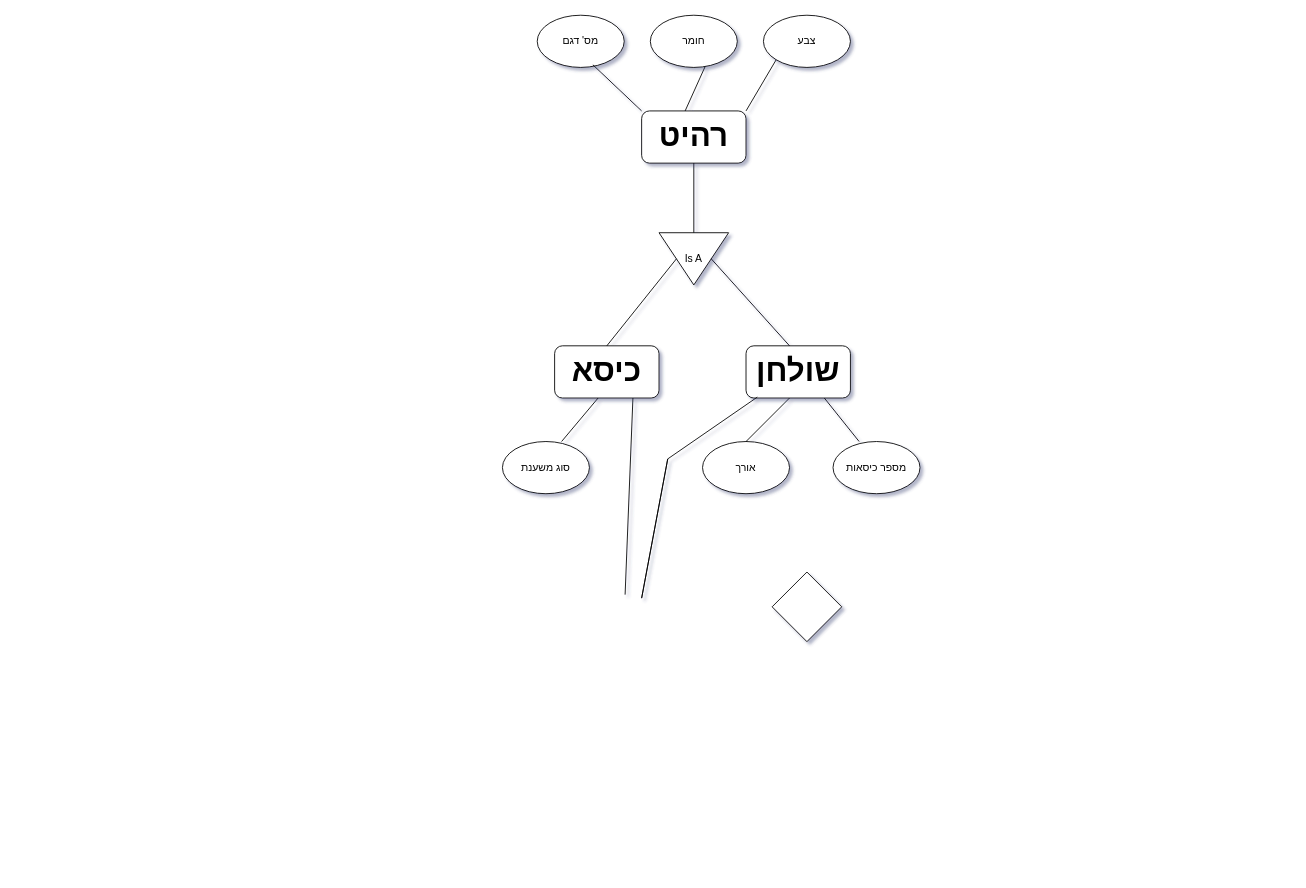
Above: Untitled Diagram.drawio in DanielPodolsky/Database-Systems- (draw.io), before the change. Source tidied: cells renumbered, new cells numbered last; positions are measured from the earlier drawing's top-left corner, leaving out a move shared by most shapes. Both pictures are drawn from the tidied source at 87%, with x=0, y=0 at pixel (502, 15).
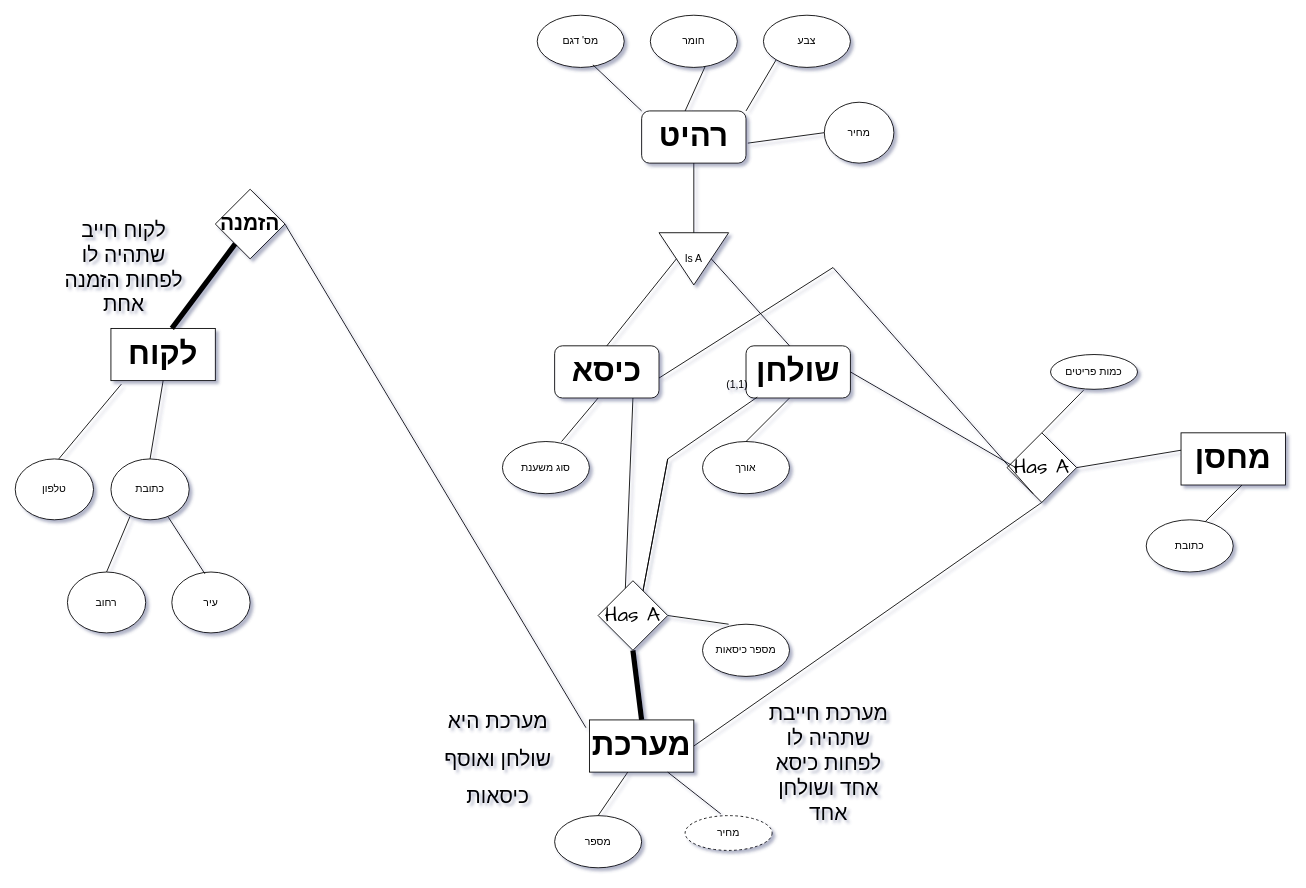
The same page after the edit.

Unchanged cells that the change refers to:
```xml
<mxCell id="3" value="&lt;h1&gt;&lt;font face=&quot;Comic Sans MS&quot; style=&quot;font-size: 36px;&quot;&gt;רהיט&lt;/font&gt;&lt;/h1&gt;" style="rounded=1;whiteSpace=wrap;html=1;" parent="1" vertex="1">
  <mxGeometry x="160" y="110" width="120" height="60" as="geometry" />
</mxCell>
<mxCell id="11" value="&lt;b&gt;&lt;font face=&quot;Comic Sans MS&quot; style=&quot;font-size: 36px;&quot;&gt;כיסא&lt;/font&gt;&lt;/b&gt;" style="rounded=1;whiteSpace=wrap;html=1;" parent="1" vertex="1">
  <mxGeometry x="60" y="380" width="120" height="60" as="geometry" />
</mxCell>
<mxCell id="12" value="&lt;font face=&quot;Comic Sans MS&quot; style=&quot;font-size: 36px;&quot;&gt;&lt;b&gt;שולחן&lt;/b&gt;&lt;/font&gt;" style="rounded=1;whiteSpace=wrap;html=1;" parent="1" vertex="1">
  <mxGeometry x="280" y="380" width="120" height="60" as="geometry" />
</mxCell>
```

Diff of the diagram source:
```diff
@@
     <mxCell id="18" value="מספר כיסאות" style="ellipse;whiteSpace=wrap;html=1;" parent="1" vertex="1">
-      <mxGeometry x="380" y="490" width="100" height="60" as="geometry" />
+      <mxGeometry x="230" y="700" width="100" height="60" as="geometry" />
     </mxCell>
@@
-    <mxCell id="20" style="endArrow=none;html=1;rounded=0;entryX=0.75;entryY=1;entryDx=0;entryDy=0;exitX=0.3;exitY=0;exitDx=0;exitDy=0;exitPerimeter=0;" parent="1" edge="1" source="18" target="12">
+    <mxCell id="20" style="endArrow=none;html=1;rounded=0;entryX=1;entryY=0.5;entryDx=0;entryDy=0;exitX=0.3;exitY=0;exitDx=0;exitDy=0;exitPerimeter=0;" parent="1" edge="1" source="18" target="23">
       <mxGeometry relative="1" as="geometry" />
     </mxCell>
@@
-    <mxCell id="23" style="rhombus;whiteSpace=wrap;html=1;" parent="1" vertex="1">
-      <mxGeometry x="310" y="640" width="80" height="80" as="geometry" />
+    <mxCell id="23" value="&lt;font style=&quot;font-size: 24px;&quot; face=&quot;Comic Sans MS&quot;&gt;&lt;font&gt;Has A&lt;/font&gt;&lt;br&gt;&lt;/font&gt;" style="rhombus;whiteSpace=wrap;html=1;" parent="1" vertex="1">
+      <mxGeometry x="110" y="650" width="80" height="80" as="geometry" />
     </mxCell>
+    <mxCell id="24" style="endArrow=none;html=1;rounded=0;entryX=0.5;entryY=1;entryDx=0;entryDy=0;strokeWidth=6;" parent="1" edge="1" target="23">
+      <mxGeometry relative="1" as="geometry">
+        <mxPoint x="160" y="810" as="sourcePoint" />
+      </mxGeometry>
+    </mxCell>
+    <mxCell id="25" value="&lt;b&gt;&lt;font face=&quot;Comic Sans MS&quot; style=&quot;font-size: 36px;&quot;&gt;מערכת&lt;/font&gt;&lt;/b&gt;" style="rounded=0;whiteSpace=wrap;html=1;" parent="1" vertex="1">
+      <mxGeometry x="100" y="810" width="120" height="60" as="geometry" />
+    </mxCell>
+    <mxCell id="26" value="מספר" style="ellipse;whiteSpace=wrap;html=1;" parent="1" vertex="1">
+      <mxGeometry x="60" y="920" width="100" height="60" as="geometry" />
+    </mxCell>
+    <mxCell id="27" style="endArrow=none;html=1;rounded=0;entryX=0.367;entryY=1;entryDx=0;entryDy=0;entryPerimeter=0;exitX=0.5;exitY=0;exitDx=0;exitDy=0;" parent="1" edge="1" source="26" target="25">
+      <mxGeometry relative="1" as="geometry" />
+    </mxCell>
+    <mxCell id="28" style="endArrow=none;html=1;rounded=0;entryX=0.75;entryY=1;entryDx=0;entryDy=0;exitX=0.41;exitY=-0.033;exitDx=0;exitDy=0;exitPerimeter=0;" parent="1" edge="1" target="25">
+      <mxGeometry relative="1" as="geometry">
+        <mxPoint x="251" y="918" as="sourcePoint" />
+      </mxGeometry>
+    </mxCell>
+    <mxCell id="29" value="&lt;font style=&quot;font-size: 36px;&quot; face=&quot;Comic Sans MS&quot;&gt;&lt;b&gt;לקוח&lt;/b&gt;&lt;/font&gt;" style="rounded=0;whiteSpace=wrap;html=1;" parent="1" vertex="1">
+      <mxGeometry x="-450" y="360" width="120" height="60" as="geometry" />
+    </mxCell>
+    <mxCell id="30" value="טלפון" style="ellipse;whiteSpace=wrap;html=1;" parent="1" vertex="1">
+      <mxGeometry x="-560" y="510" width="90" height="70" as="geometry" />
+    </mxCell>
+    <mxCell id="31" value="כתובת" style="ellipse;whiteSpace=wrap;html=1;" parent="1" vertex="1">
+      <mxGeometry x="-450" y="510" width="90" height="70" as="geometry" />
+    </mxCell>
+    <mxCell id="32" value="רחוב" style="ellipse;whiteSpace=wrap;html=1;" parent="1" vertex="1">
+      <mxGeometry x="-500" y="640" width="90" height="70" as="geometry" />
+    </mxCell>
+    <mxCell id="33" value="עיר" style="ellipse;whiteSpace=wrap;html=1;" parent="1" vertex="1">
+      <mxGeometry x="-380" y="640" width="90" height="70" as="geometry" />
+    </mxCell>
+    <mxCell id="34" style="endArrow=none;html=1;rounded=0;entryX=0.244;entryY=0.943;entryDx=0;entryDy=0;entryPerimeter=0;exitX=0.5;exitY=0;exitDx=0;exitDy=0;" parent="1" edge="1" source="32" target="31">
+      <mxGeometry relative="1" as="geometry" />
+    </mxCell>
+    <mxCell id="35" style="endArrow=none;html=1;rounded=0;entryX=0.733;entryY=0.957;entryDx=0;entryDy=0;entryPerimeter=0;exitX=0.422;exitY=0.029;exitDx=0;exitDy=0;exitPerimeter=0;" parent="1" edge="1" source="33" target="31">
+      <mxGeometry relative="1" as="geometry" />
+    </mxCell>
+    <mxCell id="36" style="endArrow=none;html=1;rounded=0;entryX=0.5;entryY=1;entryDx=0;entryDy=0;exitX=0.5;exitY=0;exitDx=0;exitDy=0;" parent="1" edge="1" source="31" target="29">
+      <mxGeometry relative="1" as="geometry" />
+    </mxCell>
+    <mxCell id="37" value="מחיר" style="ellipse;whiteSpace=wrap;html=1;" parent="1" vertex="1">
+      <mxGeometry x="370" y="100" width="80" height="70" as="geometry" />
+    </mxCell>
+    <mxCell id="38" style="endArrow=none;html=1;rounded=0;entryX=0;entryY=0.5;entryDx=0;entryDy=0;exitX=1.017;exitY=0.617;exitDx=0;exitDy=0;exitPerimeter=0;" parent="1" edge="1" source="3" target="37">
+      <mxGeometry relative="1" as="geometry" />
+    </mxCell>
+    <mxCell id="39" value="&lt;b&gt;&lt;font style=&quot;font-size: 24px;&quot; face=&quot;Comic Sans MS&quot;&gt;הזמנה&lt;/font&gt;&lt;/b&gt;" style="rhombus;whiteSpace=wrap;html=1;" parent="1" vertex="1">
+      <mxGeometry x="-330" y="200" width="80" height="80" as="geometry" />
+    </mxCell>
+    <mxCell id="40" style="endArrow=none;html=1;rounded=0;strokeWidth=6;" parent="1" edge="1" target="39">
+      <mxGeometry relative="1" as="geometry">
+        <mxPoint x="-380" y="360" as="sourcePoint" />
+      </mxGeometry>
+    </mxCell>
+    <mxCell id="41" value="מחיר" style="ellipse;whiteSpace=wrap;html=1;align=center;dashed=1;" parent="1" vertex="1">
+      <mxGeometry x="210" y="920" width="100" height="40" as="geometry" />
+    </mxCell>
+    <mxCell id="42" style="endArrow=none;html=1;rounded=0;entryX=-0.033;entryY=0.15;entryDx=0;entryDy=0;entryPerimeter=0;" parent="1" edge="1" target="25">
+      <mxGeometry relative="1" as="geometry">
+        <mxPoint x="-250" y="240" as="sourcePoint" />
+      </mxGeometry>
+    </mxCell>
+    <mxCell id="43" value="&lt;font style=&quot;font-size: 36px;&quot; face=&quot;Comic Sans MS&quot;&gt;&lt;b&gt;מחסן&lt;/b&gt;&lt;/font&gt;" style="rounded=0;whiteSpace=wrap;html=1;" parent="1" vertex="1">
+      <mxGeometry x="780" y="480" width="120" height="60" as="geometry" />
+    </mxCell>
+    <mxCell id="44" value="&lt;font style=&quot;font-size: 24px;&quot; face=&quot;Comic Sans MS&quot;&gt;&lt;font&gt;Has A&lt;/font&gt;&lt;br&gt;&lt;/font&gt;" style="rhombus;whiteSpace=wrap;html=1;" parent="1" vertex="1">
+      <mxGeometry x="580" y="480" width="80" height="80" as="geometry" />
+    </mxCell>
+    <mxCell id="45" style="endArrow=none;html=1;rounded=0;exitX=1;exitY=0.5;exitDx=0;exitDy=0;" parent="1" edge="1" source="44">
+      <mxGeometry relative="1" as="geometry">
+        <mxPoint x="780" y="500" as="targetPoint" />
+      </mxGeometry>
+    </mxCell>
+    <mxCell id="46" style="endArrow=none;html=1;rounded=0;" parent="1" edge="1">
+      <mxGeometry relative="1" as="geometry">
+        <mxPoint x="800" y="590" as="sourcePoint" />
+        <mxPoint x="850" y="540" as="targetPoint" />
+      </mxGeometry>
+    </mxCell>
+    <mxCell id="47" value="כתובת" style="ellipse;whiteSpace=wrap;html=1;" parent="1" vertex="1">
+      <mxGeometry x="740" y="580" width="100" height="60" as="geometry" />
+    </mxCell>
+    <mxCell id="48" style="endArrow=none;html=1;rounded=0;exitX=1;exitY=0.5;exitDx=0;exitDy=0;" parent="1" edge="1" source="12">
+      <mxGeometry relative="1" as="geometry">
+        <mxPoint x="590" y="520" as="targetPoint" />
+      </mxGeometry>
+    </mxCell>
+    <mxCell id="49" style="endArrow=none;html=1;rounded=0;exitX=1;exitY=0.617;exitDx=0;exitDy=0;exitPerimeter=0;" parent="1" edge="1" source="11">
+      <mxGeometry relative="1" as="geometry">
+        <mxPoint x="610" y="550" as="targetPoint" />
+        <Array as="points">
+          <mxPoint x="380" y="290" />
+        </Array>
+      </mxGeometry>
+    </mxCell>
+    <mxCell id="50" style="endArrow=none;html=1;rounded=0;exitX=1;exitY=0.5;exitDx=0;exitDy=0;strokeWidth=1;" parent="1" edge="1" source="25">
+      <mxGeometry relative="1" as="geometry">
+        <mxPoint x="620" y="560" as="targetPoint" />
+      </mxGeometry>
+    </mxCell>
+    <mxCell id="51" style="endArrow=none;html=1;rounded=0;entryX=0.38;entryY=1.025;entryDx=0;entryDy=0;entryPerimeter=0;" parent="1" edge="1" target="52">
+      <mxGeometry relative="1" as="geometry">
+        <mxPoint x="620" y="480" as="sourcePoint" />
+      </mxGeometry>
+    </mxCell>
+    <mxCell id="52" value="&lt;div&gt;כמות פריטים&lt;/div&gt;" style="ellipse;whiteSpace=wrap;html=1;align=center;" parent="1" vertex="1">
+      <mxGeometry x="630" y="390" width="100" height="40" as="geometry" />
+    </mxCell>
+    <mxCell id="53" style="endArrow=none;html=1;rounded=0;entryX=0.1;entryY=1.067;entryDx=0;entryDy=0;entryPerimeter=0;exitX=0.556;exitY=0;exitDx=0;exitDy=0;exitPerimeter=0;" parent="1" edge="1" source="30" target="29">
+      <mxGeometry relative="1" as="geometry" />
+    </mxCell>
+    <mxCell id="54" value="&lt;font style=&quot;font-size: 24px;&quot;&gt;לקוח חייב שתהיה לו לפחות הזמנה אחת&lt;/font&gt;" style="text;html=1;align=center;verticalAlign=middle;whiteSpace=wrap;rounded=0;" parent="1" vertex="1">
+      <mxGeometry x="-510" y="230" width="150" height="120" as="geometry" />
+    </mxCell>
+    <mxCell id="55" value="&lt;font style=&quot;font-size: 24px;&quot;&gt;מערכת חייבת שתהיה לו לפחות כיסא אחד ושולחן אחד&lt;/font&gt;" style="text;html=1;align=center;verticalAlign=middle;whiteSpace=wrap;rounded=0;" parent="1" vertex="1">
+      <mxGeometry x="300" y="800" width="150" height="120" as="geometry" />
+    </mxCell>
+    <mxCell id="56" value="&lt;font style=&quot;font-size: 36px;&quot;&gt;&lt;font style=&quot;font-size: 24px;&quot;&gt;מערכת היא שולחן ואוסף כיסאות&lt;/font&gt;&lt;br&gt;&lt;/font&gt;" style="text;html=1;align=center;verticalAlign=middle;whiteSpace=wrap;rounded=0;" parent="1" vertex="1">
+      <mxGeometry x="-80" y="790" width="150" height="120" as="geometry" />
+    </mxCell>
+    <mxCell id="57" value="(1,1)" style="text;html=1;align=center;verticalAlign=middle;whiteSpace=wrap;rounded=0;" parent="1" vertex="1">
+      <mxGeometry x="240" y="410" width="60" height="30" as="geometry" />
+    </mxCell>
```
